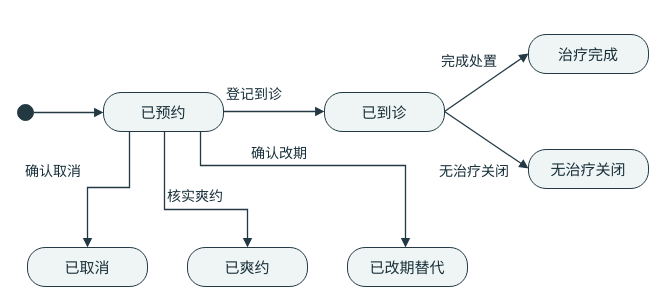
Before: page "就诊状态机" (6 of 9) of docs/report-source/acceptance/门诊模型.drawio in Zhang646967/adc-dental-clinic, a draw.io diagram. Source tidied: cells renumbered, new cells numbered last; positions are measured from the earlier drawing's top-left corner, leaving out a move shared by most shapes. Both pictures are drawn from the tidied source at 100%, with x=0, y=0 at pixel (17, 34).
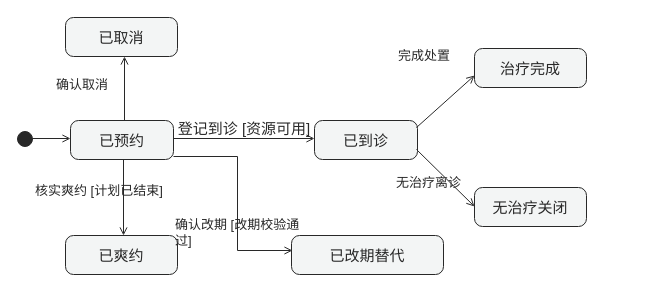
The same page after the edit.

Change to the diagram source:
```diff
@@
-<mxGraphModel background="#FFFFFF">
+<mxGraphModel background="#ffffff">
@@
-    <mxCell id="2" style="fontFamily=Songti SC;fontSize=15;whiteSpace=wrap;html=0;align=center;verticalAlign=middle;fillColor=#ffffff;fontColor=#172f39;strokeColor=#243944;ellipse;fillColor=#233942;" parent="1" vertex="1">
-      <mxGeometry y="70" width="16" height="16" as="geometry" />
+    <mxCell id="2" style="fontFamily=Songti SC;fontSize=16;fontColor=#282828;strokeColor=#282828;fillColor=#ffffff;whiteSpace=wrap;html=0;align=center;verticalAlign=middle;ellipse;fillColor=#282828;" parent="1" vertex="1">
+      <mxGeometry y="97" width="15" height="15" as="geometry" />
     </mxCell>
-    <mxCell id="3" style="endArrow=block;endFill=1;strokeColor=#243944;strokeWidth=1.3;dashed=0;rounded=0;" parent="1" edge="1">
-      <mxGeometry relative="1" as="geometry">
-        <mxPoint x="16" y="78" as="sourcePoint" />
-        <mxPoint x="86" y="78" as="targetPoint" />
-      </mxGeometry>
+    <mxCell id="3" value="已预约" style="fontFamily=Songti SC;fontSize=16;fontColor=#282828;strokeColor=#282828;fillColor=#ffffff;whiteSpace=wrap;html=0;align=center;verticalAlign=middle;rounded=1;absoluteArcSize=1;arcSize=16;fillColor=#F3F5F5;fontSize=15;" parent="1" vertex="1">
+      <mxGeometry x="53" y="86" width="103" height="39" as="geometry" />
     </mxCell>
-    <mxCell id="4" value="已预约" style="fontFamily=Songti SC;fontSize=15;whiteSpace=wrap;html=0;align=center;verticalAlign=middle;fillColor=#ffffff;fontColor=#172f39;strokeColor=#243944;rounded=1;arcSize=45;fillColor=#EFF4F4;" parent="1" vertex="1">
-      <mxGeometry x="86" y="58" width="120" height="39" as="geometry" />
+    <mxCell id="4" value="已到诊" style="fontFamily=Songti SC;fontSize=16;fontColor=#282828;strokeColor=#282828;fillColor=#ffffff;whiteSpace=wrap;html=0;align=center;verticalAlign=middle;rounded=1;absoluteArcSize=1;arcSize=16;fillColor=#F3F5F5;fontSize=15;" parent="1" vertex="1">
+      <mxGeometry x="297" y="86" width="103" height="39" as="geometry" />
     </mxCell>
-    <mxCell id="5" value="已到诊" style="fontFamily=Songti SC;fontSize=15;whiteSpace=wrap;html=0;align=center;verticalAlign=middle;fillColor=#ffffff;fontColor=#172f39;strokeColor=#243944;rounded=1;arcSize=45;fillColor=#EFF4F4;" parent="1" vertex="1">
-      <mxGeometry x="307" y="58" width="120" height="39" as="geometry" />
+    <mxCell id="5" value="治疗完成" style="fontFamily=Songti SC;fontSize=16;fontColor=#282828;strokeColor=#282828;fillColor=#ffffff;whiteSpace=wrap;html=0;align=center;verticalAlign=middle;rounded=1;absoluteArcSize=1;arcSize=16;fillColor=#F3F5F5;fontSize=15;" parent="1" vertex="1">
+      <mxGeometry x="457" y="14" width="112" height="39" as="geometry" />
     </mxCell>
-    <mxCell id="6" value="治疗完成" style="fontFamily=Songti SC;fontSize=15;whiteSpace=wrap;html=0;align=center;verticalAlign=middle;fillColor=#ffffff;fontColor=#172f39;strokeColor=#243944;rounded=1;arcSize=45;fillColor=#EFF4F4;" parent="1" vertex="1">
-      <mxGeometry x="511" width="120" height="39" as="geometry" />
+    <mxCell id="6" value="无治疗关闭" style="fontFamily=Songti SC;fontSize=16;fontColor=#282828;strokeColor=#282828;fillColor=#ffffff;whiteSpace=wrap;html=0;align=center;verticalAlign=middle;rounded=1;absoluteArcSize=1;arcSize=16;fillColor=#F3F5F5;fontSize=15;" parent="1" vertex="1">
+      <mxGeometry x="457" y="153" width="112" height="39" as="geometry" />
     </mxCell>
-    <mxCell id="7" value="无治疗关闭" style="fontFamily=Songti SC;fontSize=15;whiteSpace=wrap;html=0;align=center;verticalAlign=middle;fillColor=#ffffff;fontColor=#172f39;strokeColor=#243944;rounded=1;arcSize=45;fillColor=#EFF4F4;" parent="1" vertex="1">
-      <mxGeometry x="511" y="115" width="120" height="39" as="geometry" />
+    <mxCell id="7" value="已取消" style="fontFamily=Songti SC;fontSize=16;fontColor=#282828;strokeColor=#282828;fillColor=#ffffff;whiteSpace=wrap;html=0;align=center;verticalAlign=middle;rounded=1;absoluteArcSize=1;arcSize=16;fillColor=#F3F5F5;fontSize=15;" parent="1" vertex="1">
+      <mxGeometry x="48" y="-17" width="112" height="39" as="geometry" />
     </mxCell>
-    <mxCell id="8" value="已取消" style="fontFamily=Songti SC;fontSize=15;whiteSpace=wrap;html=0;align=center;verticalAlign=middle;fillColor=#ffffff;fontColor=#172f39;strokeColor=#243944;rounded=1;arcSize=45;fillColor=#EFF4F4;" parent="1" vertex="1">
-      <mxGeometry x="10" y="213" width="120" height="39" as="geometry" />
+    <mxCell id="8" value="已爽约" style="fontFamily=Songti SC;fontSize=16;fontColor=#282828;strokeColor=#282828;fillColor=#ffffff;whiteSpace=wrap;html=0;align=center;verticalAlign=middle;rounded=1;absoluteArcSize=1;arcSize=16;fillColor=#F3F5F5;fontSize=15;" parent="1" vertex="1">
+      <mxGeometry x="48" y="201" width="112" height="39" as="geometry" />
     </mxCell>
-    <mxCell id="9" value="已爽约" style="fontFamily=Songti SC;fontSize=15;whiteSpace=wrap;html=0;align=center;verticalAlign=middle;fillColor=#ffffff;fontColor=#172f39;strokeColor=#243944;rounded=1;arcSize=45;fillColor=#EFF4F4;" parent="1" vertex="1">
-      <mxGeometry x="170" y="213" width="120" height="39" as="geometry" />
+    <mxCell id="9" value="已改期替代" style="fontFamily=Songti SC;fontSize=16;fontColor=#282828;strokeColor=#282828;fillColor=#ffffff;whiteSpace=wrap;html=0;align=center;verticalAlign=middle;rounded=1;absoluteArcSize=1;arcSize=16;fillColor=#F3F5F5;fontSize=15;" parent="1" vertex="1">
+      <mxGeometry x="274" y="201" width="152" height="39" as="geometry" />
     </mxCell>
-    <mxCell id="10" value="已改期替代" style="fontFamily=Songti SC;fontSize=15;whiteSpace=wrap;html=0;align=center;verticalAlign=middle;fillColor=#ffffff;fontColor=#172f39;strokeColor=#243944;rounded=1;arcSize=45;fillColor=#EFF4F4;" parent="1" vertex="1">
-      <mxGeometry x="330" y="213" width="120" height="39" as="geometry" />
+    <mxCell id="10" style="fontFamily=Songti SC;fontSize=16;fontColor=#282828;strokeColor=#282828;fillColor=#ffffff;whiteSpace=wrap;html=0;align=center;verticalAlign=middle;fontSize=15;whiteSpace=nowrap;labelBackgroundColor=none;endArrow=open;endFill=0;dashed=0;rounded=0;" parent="1" edge="1">
+      <mxGeometry relative="1" as="geometry">
+        <mxPoint x="15" y="104" as="sourcePoint" />
+        <mxPoint x="53" y="104" as="targetPoint" />
+      </mxGeometry>
     </mxCell>
-    <mxCell id="11" style="endArrow=block;endFill=1;strokeColor=#243944;strokeWidth=1.3;dashed=0;rounded=0;" parent="1" edge="1">
+    <mxCell id="11" value="登记到诊 [资源可用]" style="fontFamily=Songti SC;fontSize=16;fontColor=#282828;strokeColor=#282828;fillColor=#ffffff;whiteSpace=wrap;html=0;align=center;verticalAlign=middle;fontSize=15;whiteSpace=nowrap;labelBackgroundColor=none;endArrow=open;endFill=0;dashed=0;rounded=0;" parent="1" edge="1">
       <mxGeometry relative="1" as="geometry">
-        <mxPoint x="206" y="77" as="sourcePoint" />
-        <mxPoint x="307" y="77" as="targetPoint" />
+        <mxPoint x="156" y="104" as="sourcePoint" />
+        <mxPoint x="297" y="104" as="targetPoint" />
+        <mxPoint y="-11" as="offset" />
       </mxGeometry>
     </mxCell>
-    <mxCell id="12" value="登记到诊" style="fontFamily=Songti SC;fontSize=15;whiteSpace=wrap;html=0;align=center;verticalAlign=middle;fillColor=#ffffff;fontColor=#172f39;strokeColor=#243944;text;strokeColor=none;fillColor=none;fontSize=14;fontStyle=0;" parent="1" vertex="1">
-      <mxGeometry x="207" y="45" width="99" height="28" as="geometry" />
+    <mxCell id="12" style="fontFamily=Songti SC;fontSize=16;fontColor=#282828;strokeColor=#282828;fillColor=#ffffff;whiteSpace=wrap;html=0;align=center;verticalAlign=middle;fontSize=15;whiteSpace=nowrap;labelBackgroundColor=none;endArrow=open;endFill=0;dashed=0;rounded=0;" parent="1" edge="1">
+      <mxGeometry relative="1" as="geometry">
+        <mxPoint x="107" y="86" as="sourcePoint" />
+        <mxPoint x="107" y="22" as="targetPoint" />
+      </mxGeometry>
     </mxCell>
-    <mxCell id="13" style="endArrow=block;endFill=1;strokeColor=#243944;strokeWidth=1.3;dashed=0;rounded=0;" parent="1" edge="1">
-      <mxGeometry relative="1" as="geometry">
-        <mxPoint x="427" y="77" as="sourcePoint" />
-        <mxPoint x="511" y="19" as="targetPoint" />
-      </mxGeometry>
+    <mxCell id="13" value="确认取消" style="fontFamily=Songti SC;fontSize=16;fontColor=#282828;strokeColor=#282828;fillColor=#ffffff;whiteSpace=wrap;html=0;align=center;verticalAlign=middle;text;strokeColor=none;fillColor=none;align=left;fontSize=13;" parent="1" vertex="1">
+      <mxGeometry x="37" y="36" width="78" height="29" as="geometry" />
     </mxCell>
-    <mxCell id="14" value="完成处置" style="fontFamily=Songti SC;fontSize=15;whiteSpace=wrap;html=0;align=center;verticalAlign=middle;fillColor=#ffffff;fontColor=#172f39;strokeColor=#243944;text;strokeColor=none;fillColor=none;fontSize=14;fontStyle=0;" parent="1" vertex="1">
-      <mxGeometry x="422" y="12" width="91" height="24" as="geometry" />
+    <mxCell id="14" style="fontFamily=Songti SC;fontSize=16;fontColor=#282828;strokeColor=#282828;fillColor=#ffffff;whiteSpace=wrap;html=0;align=center;verticalAlign=middle;fontSize=15;whiteSpace=nowrap;labelBackgroundColor=none;endArrow=open;endFill=0;dashed=0;rounded=0;" parent="1" edge="1">
+      <mxGeometry relative="1" as="geometry">
+        <mxPoint x="106" y="125" as="sourcePoint" />
+        <mxPoint x="106" y="201" as="targetPoint" />
+      </mxGeometry>
     </mxCell>
-    <mxCell id="15" style="endArrow=block;endFill=1;strokeColor=#243944;strokeWidth=1.3;dashed=0;rounded=0;" parent="1" edge="1">
-      <mxGeometry relative="1" as="geometry">
-        <mxPoint x="427" y="77" as="sourcePoint" />
-        <mxPoint x="511" y="134" as="targetPoint" />
-      </mxGeometry>
+    <mxCell id="15" value="核实爽约 [计划已结束]" style="fontFamily=Songti SC;fontSize=16;fontColor=#282828;strokeColor=#282828;fillColor=#ffffff;whiteSpace=wrap;html=0;align=center;verticalAlign=middle;text;strokeColor=none;fillColor=none;align=left;fontSize=13;" parent="1" vertex="1">
+      <mxGeometry x="16" y="142" width="181" height="32" as="geometry" />
     </mxCell>
-    <mxCell id="16" value="无治疗关闭" style="fontFamily=Songti SC;fontSize=15;whiteSpace=wrap;html=0;align=center;verticalAlign=middle;fillColor=#ffffff;fontColor=#172f39;strokeColor=#243944;text;strokeColor=none;fillColor=none;fontSize=14;fontStyle=0;" parent="1" vertex="1">
-      <mxGeometry x="420" y="122" width="91" height="24" as="geometry" />
+    <mxCell id="16" style="fontFamily=Songti SC;fontSize=16;fontColor=#282828;strokeColor=#282828;fillColor=#ffffff;whiteSpace=wrap;html=0;align=center;verticalAlign=middle;fontSize=15;whiteSpace=nowrap;labelBackgroundColor=none;endArrow=open;endFill=0;dashed=0;rounded=0;" parent="1" edge="1">
+      <mxGeometry relative="1" as="geometry">
+        <mxPoint x="156" y="122" as="sourcePoint" />
+        <mxPoint x="275" y="216" as="targetPoint" />
+        <Array as="points">
+          <mxPoint x="220" y="122" />
+          <mxPoint x="220" y="216" />
+        </Array>
+      </mxGeometry>
     </mxCell>
-    <mxCell id="17" style="endArrow=block;endFill=1;strokeColor=#243944;strokeWidth=1.3;dashed=0;rounded=0;" parent="1" edge="1">
-      <mxGeometry relative="1" as="geometry">
-        <mxPoint x="112" y="97" as="sourcePoint" />
-        <mxPoint x="70" y="213" as="targetPoint" />
-        <Array as="points">
-          <mxPoint x="112" y="153" />
-          <mxPoint x="70" y="153" />
-        </Array>
-      </mxGeometry>
+    <mxCell id="17" value="确认改期 [改期校验通过]" style="fontFamily=Songti SC;fontSize=16;fontColor=#282828;strokeColor=#282828;fillColor=#ffffff;whiteSpace=wrap;html=0;align=center;verticalAlign=middle;text;strokeColor=none;fillColor=none;fontSize=13;" parent="1" vertex="1">
+      <mxGeometry x="156" y="176" width="142" height="21" as="geometry" />
     </mxCell>
-    <mxCell id="18" value="确认取消" style="fontFamily=Songti SC;fontSize=15;whiteSpace=wrap;html=0;align=center;verticalAlign=middle;fillColor=#ffffff;fontColor=#172f39;strokeColor=#243944;text;strokeColor=none;fillColor=none;fontSize=14;fontStyle=0;" parent="1" vertex="1">
-      <mxGeometry x="6" y="122" width="100" height="24" as="geometry" />
+    <mxCell id="18" style="fontFamily=Songti SC;fontSize=16;fontColor=#282828;strokeColor=#282828;fillColor=#ffffff;whiteSpace=wrap;html=0;align=center;verticalAlign=middle;fontSize=15;whiteSpace=nowrap;labelBackgroundColor=none;endArrow=open;endFill=0;dashed=0;rounded=0;" parent="1" edge="1">
+      <mxGeometry relative="1" as="geometry">
+        <mxPoint x="399" y="93" as="sourcePoint" />
+        <mxPoint x="457" y="41" as="targetPoint" />
+      </mxGeometry>
     </mxCell>
-    <mxCell id="19" style="endArrow=block;endFill=1;strokeColor=#243944;strokeWidth=1.3;dashed=0;rounded=0;" parent="1" edge="1">
-      <mxGeometry relative="1" as="geometry">
-        <mxPoint x="147" y="97" as="sourcePoint" />
-        <mxPoint x="230" y="213" as="targetPoint" />
-        <Array as="points">
-          <mxPoint x="147" y="175" />
-          <mxPoint x="230" y="175" />
-        </Array>
-      </mxGeometry>
+    <mxCell id="19" value="完成处置" style="fontFamily=Songti SC;fontSize=16;fontColor=#282828;strokeColor=#282828;fillColor=#ffffff;whiteSpace=wrap;html=0;align=center;verticalAlign=middle;text;strokeColor=none;fillColor=none;fontSize=13;" parent="1" vertex="1">
+      <mxGeometry x="379" y="7" width="80" height="29" as="geometry" />
     </mxCell>
-    <mxCell id="20" value="核实爽约" style="fontFamily=Songti SC;fontSize=15;whiteSpace=wrap;html=0;align=center;verticalAlign=middle;fillColor=#ffffff;fontColor=#172f39;strokeColor=#243944;text;strokeColor=none;fillColor=none;fontSize=14;fontStyle=0;" parent="1" vertex="1">
-      <mxGeometry x="148" y="147" width="87" height="24" as="geometry" />
+    <mxCell id="20" style="fontFamily=Songti SC;fontSize=16;fontColor=#282828;strokeColor=#282828;fillColor=#ffffff;whiteSpace=wrap;html=0;align=center;verticalAlign=middle;fontSize=15;whiteSpace=nowrap;labelBackgroundColor=none;endArrow=open;endFill=0;dashed=0;rounded=0;" parent="1" edge="1">
+      <mxGeometry relative="1" as="geometry">
+        <mxPoint x="399" y="115" as="sourcePoint" />
+        <mxPoint x="457" y="172" as="targetPoint" />
+      </mxGeometry>
     </mxCell>
-    <mxCell id="21" style="endArrow=block;endFill=1;strokeColor=#243944;strokeWidth=1.3;dashed=0;rounded=0;" parent="1" edge="1">
-      <mxGeometry relative="1" as="geometry">
-        <mxPoint x="183" y="97" as="sourcePoint" />
-        <mxPoint x="388" y="213" as="targetPoint" />
-        <Array as="points">
-          <mxPoint x="183" y="131" />
-          <mxPoint x="388" y="131" />
-        </Array>
-      </mxGeometry>
+    <mxCell id="21" value="无治疗离诊" style="fontFamily=Songti SC;fontSize=16;fontColor=#282828;strokeColor=#282828;fillColor=#ffffff;whiteSpace=wrap;html=0;align=center;verticalAlign=middle;text;strokeColor=none;fillColor=none;fontSize=13;" parent="1" vertex="1">
+      <mxGeometry x="377" y="134" width="84" height="27" as="geometry" />
     </mxCell>
-    <mxCell id="22" value="确认改期" style="fontFamily=Songti SC;fontSize=15;whiteSpace=wrap;html=0;align=center;verticalAlign=middle;fillColor=#ffffff;fontColor=#172f39;strokeColor=#243944;text;strokeColor=none;fillColor=none;fontSize=14;fontStyle=0;" parent="1" vertex="1">
-      <mxGeometry x="232" y="104" width="111" height="24" as="geometry" />
-    </mxCell>
```
